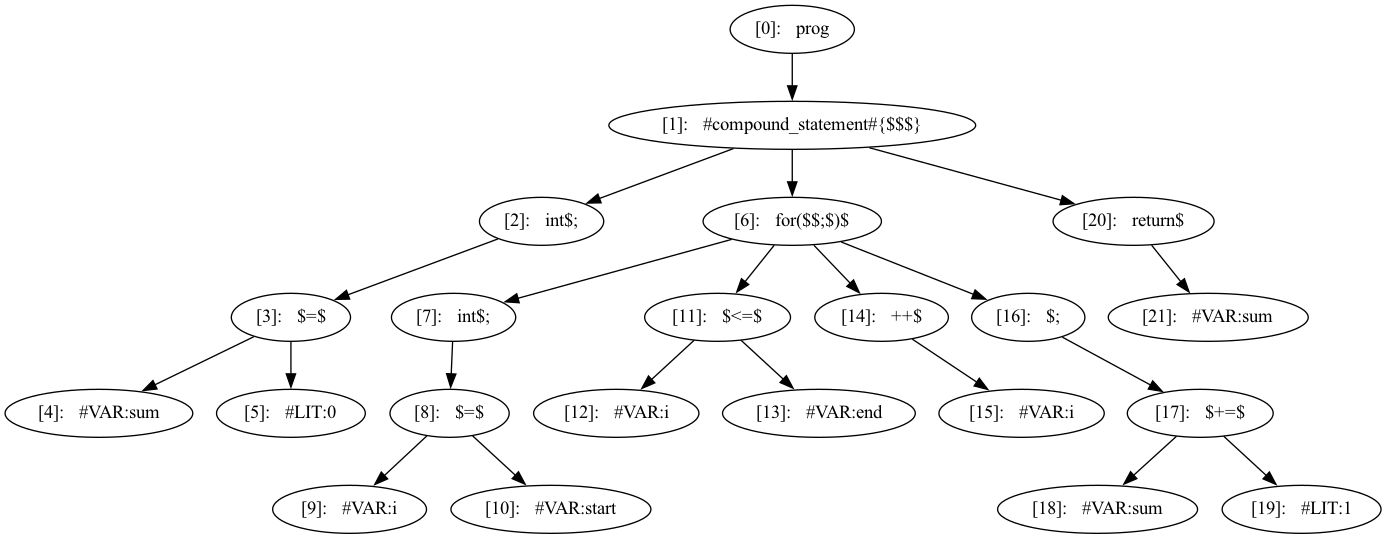
Above: cass.png in deryaerman/DIA-System-DS-Plagiarism-Checker-GIT (Graphviz), before the change. Its source is kept beside it as cass.dot.
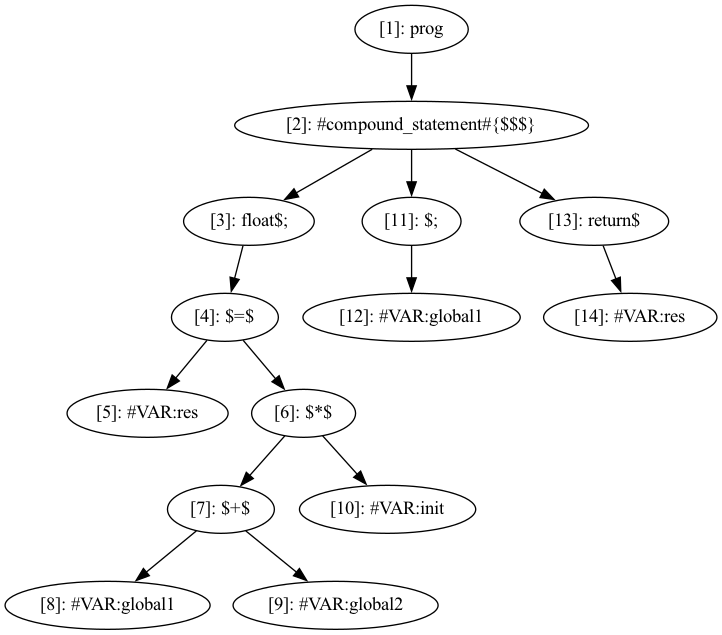
Above is the later version.

Change to the diagram source:
```diff
@@ -1,46 +1,30 @@
-digraph cass {
+digraph CASS {
   node [shape=ellipse];
-  n0 [label="[0]:   prog"];
-  n1 [label="[1]:   #compound_statement#{$$$}"];
-  n0 -> n1;
-  n2 [label="[2]:   int$;"];
+  n1 [label="[1]: prog"];
+  n2 [label="[2]: #compound_statement#{$$$}"];
+  n3 [label="[3]: float$;"];
+  n4 [label="[4]: $=$"];
+  n5 [label="[5]: #VAR:res"];
+  n6 [label="[6]: $*$"];
+  n7 [label="[7]: $+$"];
+  n8 [label="[8]: #VAR:global1"];
+  n9 [label="[9]: #VAR:global2"];
+  n10 [label="[10]: #VAR:init"];
+  n11 [label="[11]: $;"];
+  n12 [label="[12]: #VAR:global1"];
+  n13 [label="[13]: return$"];
+  n14 [label="[14]: #VAR:res"];
   n1 -> n2;
-  n3 [label="[3]:   $=$"];
   n2 -> n3;
-  n4 [label="[4]:   #VAR:sum"];
   n3 -> n4;
-  n5 [label="[5]:   #LIT:0"];
-  n3 -> n5;
-  n6 [label="[6]:   for($$;$)$"];
-  n1 -> n6;
-  n7 [label="[7]:   int$;"];
+  n4 -> n5;
+  n4 -> n6;
   n6 -> n7;
-  n8 [label="[8]:   $=$"];
   n7 -> n8;
-  n9 [label="[9]:   #VAR:i"];
-  n8 -> n9;
-  n10 [label="[10]:   #VAR:start"];
-  n8 -> n10;
-  n11 [label="[11]:   $<=$"];
-  n6 -> n11;
-  n12 [label="[12]:   #VAR:i"];
+  n7 -> n9;
+  n6 -> n10;
+  n2 -> n11;
   n11 -> n12;
-  n13 [label="[13]:   #VAR:end"];
-  n11 -> n13;
-  n14 [label="[14]:   ++$"];
-  n6 -> n14;
-  n15 [label="[15]:   #VAR:i"];
-  n14 -> n15;
-  n16 [label="[16]:   $;"];
-  n6 -> n16;
-  n17 [label="[17]:   $+=$"];
-  n16 -> n17;
-  n18 [label="[18]:   #VAR:sum"];
-  n17 -> n18;
-  n19 [label="[19]:   #LIT:1"];
-  n17 -> n19;
-  n20 [label="[20]:   return$"];
-  n1 -> n20;
-  n21 [label="[21]:   #VAR:sum"];
-  n20 -> n21;
+  n2 -> n13;
+  n13 -> n14;
 }
```
